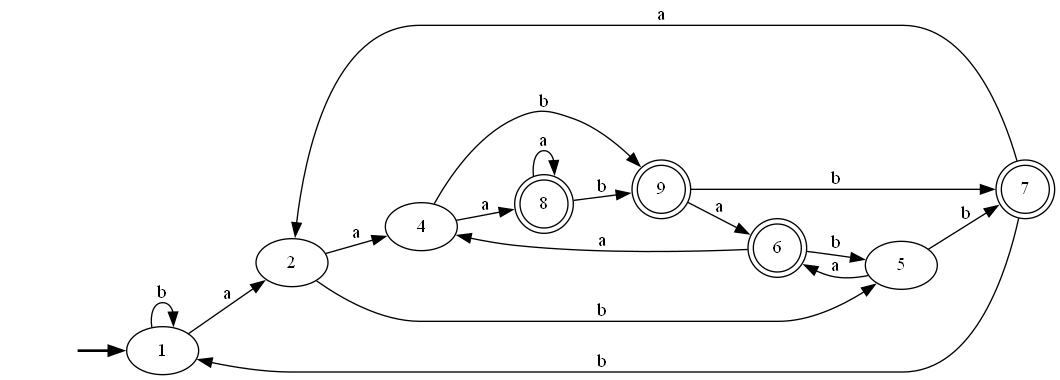
Above: Pre-laboratorio B/AFNtoAFD_MIN#5PreLabB.gv.png in bar20807/CompiladorProyect (Graphviz), before the change. Its source is kept beside it as Pre-laboratorio B/AFNtoAFD_MIN#5PreLabB.gv.
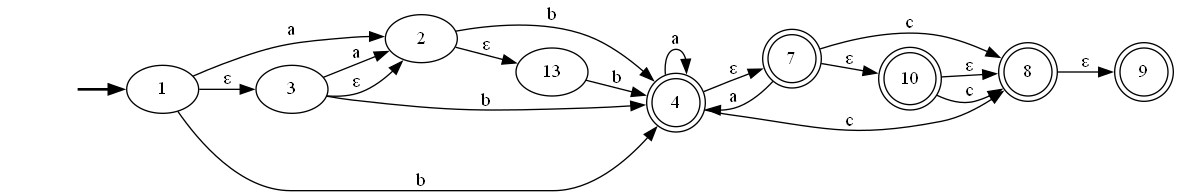
After the change.

The edit, as a diff of the source:
```diff
@@ -5,32 +5,36 @@
 	1 [root=true]
 	2
 	1 -> 2 [label=a]
-	1 -> 1 [label=b]
+	3
+	1 -> 3 [label="ε"]
+	4 [shape=doublecircle]
+	1 -> 4 [label=b]
 	2
-	4
-	2 -> 4 [label=a]
-	5
-	2 -> 5 [label=b]
-	4
+	13
+	2 -> 13 [label="ε"]
+	2 -> 4 [label=b]
+	3
+	3 -> 2 [label=a]
+	3 -> 2 [label="ε"]
+	3 -> 4 [label=b]
+	4 [shape=doublecircle]
+	4 -> 4 [label=a]
+	7 [shape=doublecircle]
+	4 -> 7 [label="ε"]
 	8 [shape=doublecircle]
-	4 -> 8 [label=a]
+	4 -> 8 [label=c]
+	13
+	13 -> 4 [label=b]
+	7 [shape=doublecircle]
+	7 -> 4 [label=a]
+	10 [shape=doublecircle]
+	7 -> 10 [label="ε"]
+	7 -> 8 [label=c]
+	8 [shape=doublecircle]
 	9 [shape=doublecircle]
-	4 -> 9 [label=b]
-	5
-	6 [shape=doublecircle]
-	5 -> 6 [label=a]
-	7 [shape=doublecircle]
-	5 -> 7 [label=b]
-	8 [shape=doublecircle]
-	8 -> 8 [label=a]
-	8 -> 9 [label=b]
+	8 -> 9 [label="ε"]
+	10 [shape=doublecircle]
+	10 -> 8 [label="ε"]
+	10 -> 8 [label=c]
 	9 [shape=doublecircle]
-	9 -> 6 [label=a]
-	9 -> 7 [label=b]
-	6 [shape=doublecircle]
-	6 -> 4 [label=a]
-	6 -> 5 [label=b]
-	7 [shape=doublecircle]
-	7 -> 2 [label=a]
-	7 -> 1 [label=b]
 }
```
